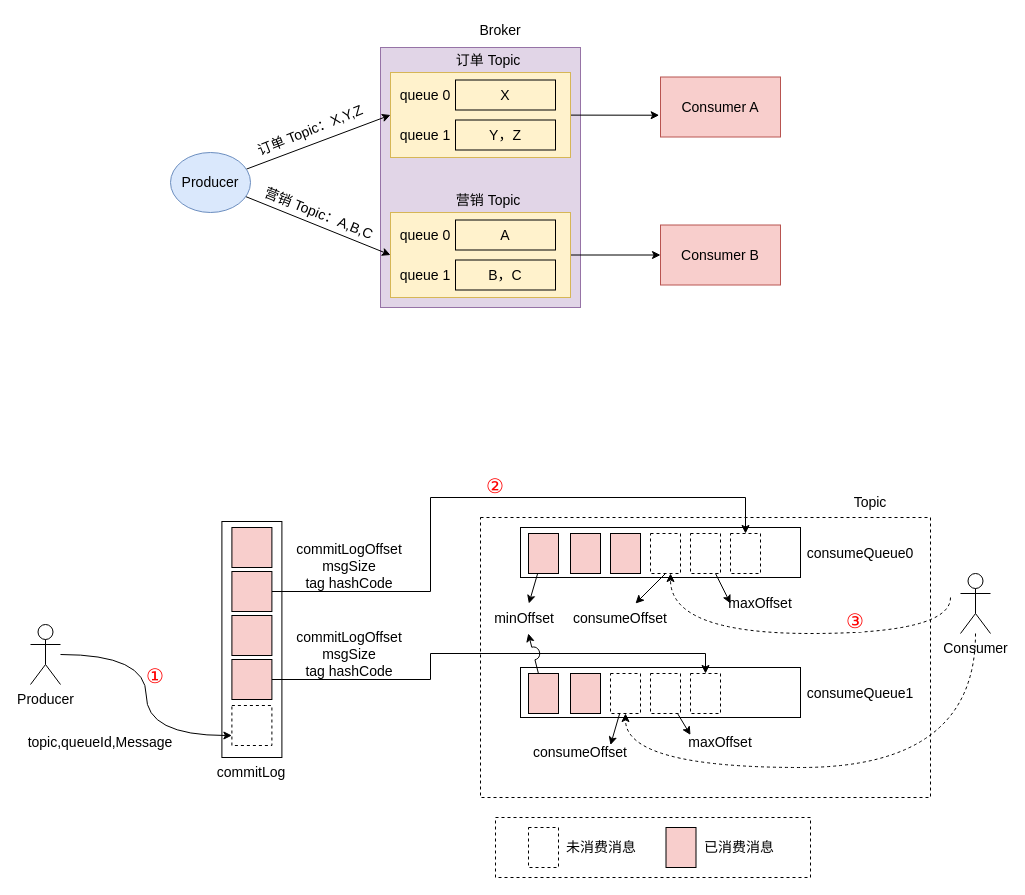
Before: rocketmq.drawio in allentofight/diagram, a draw.io diagram. Source tidied: cells renumbered, new cells numbered last; positions are measured from the earlier drawing's top-left corner, leaving out a move shared by most shapes. Both pictures are drawn from the tidied source at 100%, with x=0, y=0 at pixel (30, 17).
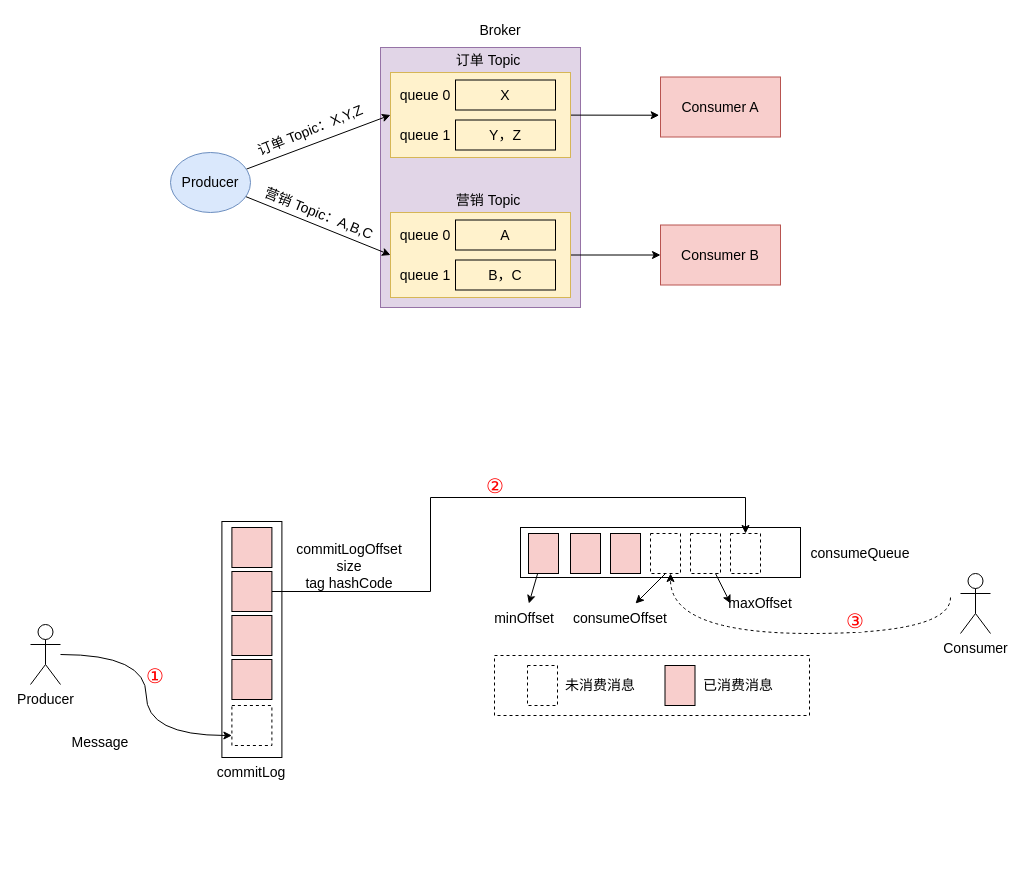
The same diagram, later.

The change refers to these unchanged cells:
```xml
<mxCell id="33" style="rounded=0;whiteSpace=wrap;html=1;labelBackgroundColor=none;fontSize=14;fontColor=#000000;fillColor=#F8CECC;" parent="1" vertex="1">
  <mxGeometry x="201.4" y="642" width="40" height="40" as="geometry" />
</mxCell>
<mxCell id="58" value="Consumer" style="shape=umlActor;verticalLabelPosition=bottom;verticalAlign=top;html=1;outlineConnect=0;labelBackgroundColor=none;fontSize=14;fontColor=#000000;fillColor=none;" parent="1" vertex="1">
  <mxGeometry x="930" y="556" width="30" height="60" as="geometry" />
</mxCell>
<mxCell id="62" value="minOffset" style="text;html=1;strokeColor=none;fillColor=none;align=center;verticalAlign=middle;whiteSpace=wrap;rounded=0;labelBackgroundColor=none;fontSize=14;fontColor=#000000;" parent="1" vertex="1">
  <mxGeometry x="464" y="586" width="60" height="30" as="geometry" />
</mxCell>
```

Change to the diagram source:
```diff
@@
-    <mxCell id="32" style="edgeStyle=orthogonalEdgeStyle;rounded=0;jumpStyle=arc;jumpSize=13;jettySize=auto;html=1;entryX=0.5;entryY=0;entryDx=0;entryDy=0;fontSize=14;fontColor=#000000;startArrow=none;startFill=0;endArrow=classic;endFill=1;strokeColor=#000000;" parent="1" edge="1" source="33" target="53">
-      <mxGeometry relative="1" as="geometry">
-        <Array as="points">
-          <mxPoint x="400" y="662" />
-          <mxPoint x="400" y="636" />
-          <mxPoint x="675" y="636" />
-        </Array>
-      </mxGeometry>
-    </mxCell>
@@
-    <mxCell id="45" style="rounded=0;whiteSpace=wrap;html=1;labelBackgroundColor=none;fontSize=14;fontColor=#000000;fillColor=none;" parent="1" vertex="1">
-      <mxGeometry x="490" y="650" width="280" height="50" as="geometry" />
-    </mxCell>
-    <mxCell id="46" style="edgeStyle=none;rounded=0;jumpStyle=arc;jumpSize=13;jettySize=auto;html=1;fontSize=14;fontColor=#000000;startArrow=none;startFill=0;endArrow=classic;endFill=1;strokeColor=#000000;" parent="1" edge="1" source="47" target="62">
-      <mxGeometry relative="1" as="geometry" />
-    </mxCell>
-    <mxCell id="47" style="rounded=0;whiteSpace=wrap;html=1;labelBackgroundColor=none;fontSize=14;fillColor=#F8CECC;strokeColor=#000000;" parent="1" vertex="1">
-      <mxGeometry x="498" y="656" width="30" height="40" as="geometry" />
-    </mxCell>
-    <mxCell id="48" style="rounded=0;whiteSpace=wrap;html=1;labelBackgroundColor=none;fontSize=14;fillColor=#F8CECC;strokeColor=#000000;" parent="1" vertex="1">
-      <mxGeometry x="540" y="656" width="30" height="40" as="geometry" />
-    </mxCell>
-    <mxCell id="49" style="edgeStyle=none;rounded=0;jumpStyle=arc;jumpSize=13;jettySize=auto;html=1;entryX=1;entryY=0.25;entryDx=0;entryDy=0;fontSize=14;fontColor=#000000;startArrow=none;startFill=0;endArrow=classic;endFill=1;strokeColor=#000000;" parent="1" edge="1" source="50" target="60">
-      <mxGeometry relative="1" as="geometry" />
-    </mxCell>
-    <mxCell id="50" style="rounded=0;whiteSpace=wrap;html=1;labelBackgroundColor=none;fontSize=14;fillColor=none;strokeColor=#000000;dashed=1;" parent="1" vertex="1">
-      <mxGeometry x="580" y="656" width="30" height="40" as="geometry" />
-    </mxCell>
-    <mxCell id="51" style="rounded=0;jumpStyle=arc;jumpSize=13;jettySize=auto;html=1;entryX=0;entryY=0.25;entryDx=0;entryDy=0;fontSize=14;fontColor=#000000;startArrow=none;startFill=0;endArrow=classic;endFill=1;strokeColor=#000000;" parent="1" edge="1" source="52" target="64">
-      <mxGeometry relative="1" as="geometry" />
-    </mxCell>
-    <mxCell id="52" style="rounded=0;whiteSpace=wrap;html=1;labelBackgroundColor=none;fontSize=14;fillColor=none;strokeColor=#000000;dashed=1;" parent="1" vertex="1">
-      <mxGeometry x="620" y="656" width="30" height="40" as="geometry" />
-    </mxCell>
-    <mxCell id="53" style="rounded=0;whiteSpace=wrap;html=1;labelBackgroundColor=none;fontSize=14;fillColor=none;strokeColor=#000000;dashed=1;" parent="1" vertex="1">
-      <mxGeometry x="660" y="656" width="30" height="40" as="geometry" />
-    </mxCell>
-    <mxCell id="54" value="commitLogOffset&lt;br&gt;msgSize&lt;br&gt;tag hashCode&lt;br&gt;" style="text;html=1;strokeColor=none;fillColor=none;align=center;verticalAlign=middle;whiteSpace=wrap;rounded=0;labelBackgroundColor=none;fontSize=14;fontColor=#000000;" parent="1" vertex="1">
+    <mxCell id="54" value="commitLogOffset&lt;br&gt;size&lt;br&gt;tag hashCode" style="text;html=1;strokeColor=none;fillColor=none;align=center;verticalAlign=middle;whiteSpace=wrap;rounded=0;labelBackgroundColor=none;fontSize=14;fontColor=#000000;" parent="1" vertex="1">
       <mxGeometry x="288.6" y="534" width="60" height="30" as="geometry" />
     </mxCell>
-    <mxCell id="55" value="commitLogOffset&lt;br&gt;msgSize&lt;br&gt;tag hashCode&lt;br&gt;" style="text;html=1;strokeColor=none;fillColor=none;align=center;verticalAlign=middle;whiteSpace=wrap;rounded=0;labelBackgroundColor=none;fontSize=14;fontColor=#000000;" parent="1" vertex="1">
-      <mxGeometry x="288.6" y="622" width="60" height="30" as="geometry" />
-    </mxCell>
@@
-    <mxCell id="57" style="edgeStyle=orthogonalEdgeStyle;rounded=0;jumpStyle=arc;jumpSize=13;jettySize=auto;html=1;entryX=0.5;entryY=1;entryDx=0;entryDy=0;fontSize=14;fontColor=#000000;startArrow=none;startFill=0;endArrow=classic;endFill=1;strokeColor=#000000;curved=1;dashed=1;" parent="1" edge="1" source="58" target="50">
-      <mxGeometry relative="1" as="geometry">
-        <Array as="points">
-          <mxPoint x="945" y="750" />
-          <mxPoint x="595" y="750" />
-        </Array>
-      </mxGeometry>
-    </mxCell>
@@
-    <mxCell id="60" value="consumeOffset" style="text;html=1;strokeColor=none;fillColor=none;align=center;verticalAlign=middle;whiteSpace=wrap;rounded=0;labelBackgroundColor=none;fontSize=14;fontColor=#000000;" parent="1" vertex="1">
-      <mxGeometry x="520" y="720" width="60" height="30" as="geometry" />
-    </mxCell>
-    <mxCell id="61" style="rounded=0;whiteSpace=wrap;html=1;labelBackgroundColor=none;fontSize=14;fillColor=none;strokeColor=#000000;dashed=1;" parent="1" vertex="1">
-      <mxGeometry x="450" y="500" width="450" height="280" as="geometry" />
-    </mxCell>
@@
-    <mxCell id="64" value="maxOffset" style="text;html=1;strokeColor=none;fillColor=none;align=center;verticalAlign=middle;whiteSpace=wrap;rounded=0;labelBackgroundColor=none;fontSize=14;fontColor=#000000;" parent="1" vertex="1">
-      <mxGeometry x="660" y="710" width="60" height="30" as="geometry" />
-    </mxCell>
-    <mxCell id="65" value="topic,queueId,Message" style="text;html=1;strokeColor=none;fillColor=none;align=center;verticalAlign=middle;whiteSpace=wrap;rounded=0;labelBackgroundColor=none;fontSize=14;fontColor=#000000;" parent="1" vertex="1">
+    <mxCell id="65" value="Message" style="text;html=1;strokeColor=none;fillColor=none;align=center;verticalAlign=middle;whiteSpace=wrap;rounded=0;labelBackgroundColor=none;fontSize=14;fontColor=#000000;" parent="1" vertex="1">
       <mxGeometry x="40" y="710" width="60" height="30" as="geometry" />
     </mxCell>
-    <mxCell id="66" value="Topic" style="text;html=1;strokeColor=none;fillColor=none;align=center;verticalAlign=middle;whiteSpace=wrap;rounded=0;dashed=1;labelBackgroundColor=none;fontSize=14;fontColor=#000000;" parent="1" vertex="1">
-      <mxGeometry x="810" y="470" width="60" height="30" as="geometry" />
-    </mxCell>
-    <mxCell id="67" value="consumeQueue0" style="text;html=1;strokeColor=none;fillColor=none;align=center;verticalAlign=middle;whiteSpace=wrap;rounded=0;dashed=1;labelBackgroundColor=none;fontSize=14;fontColor=#000000;" parent="1" vertex="1">
+    <mxCell id="67" value="consumeQueue" style="text;html=1;strokeColor=none;fillColor=none;align=center;verticalAlign=middle;whiteSpace=wrap;rounded=0;dashed=1;labelBackgroundColor=none;fontSize=14;fontColor=#000000;" parent="1" vertex="1">
       <mxGeometry x="800" y="521" width="60" height="30" as="geometry" />
     </mxCell>
-    <mxCell id="68" value="consumeQueue1" style="text;html=1;strokeColor=none;fillColor=none;align=center;verticalAlign=middle;whiteSpace=wrap;rounded=0;dashed=1;labelBackgroundColor=none;fontSize=14;fontColor=#000000;" parent="1" vertex="1">
-      <mxGeometry x="800" y="661" width="60" height="30" as="geometry" />
-    </mxCell>
@@
     <mxCell id="72" style="rounded=0;whiteSpace=wrap;html=1;labelBackgroundColor=none;fontSize=14;fillColor=none;strokeColor=#000000;dashed=1;" parent="1" vertex="1">
-      <mxGeometry x="465" y="800" width="315" height="60" as="geometry" />
+      <mxGeometry x="464" y="638" width="315" height="60" as="geometry" />
     </mxCell>
     <mxCell id="73" style="rounded=0;whiteSpace=wrap;html=1;labelBackgroundColor=none;fontSize=14;fontColor=#000000;fillColor=none;dashed=1;" parent="1" vertex="1">
-      <mxGeometry x="498" y="810" width="30" height="40" as="geometry" />
+      <mxGeometry x="497" y="648" width="30" height="40" as="geometry" />
     </mxCell>
     <mxCell id="74" value="未消费消息" style="text;html=1;strokeColor=none;fillColor=none;align=center;verticalAlign=middle;whiteSpace=wrap;rounded=0;dashed=1;labelBackgroundColor=none;fontSize=14;fontColor=#000000;" parent="1" vertex="1">
-      <mxGeometry x="535" y="815" width="72" height="30" as="geometry" />
+      <mxGeometry x="534" y="653" width="72" height="30" as="geometry" />
     </mxCell>
     <mxCell id="75" style="rounded=0;whiteSpace=wrap;html=1;labelBackgroundColor=none;fontSize=14;fillColor=#f8cecc;strokeColor=#000000;" parent="1" vertex="1">
-      <mxGeometry x="635.5" y="810" width="30" height="40" as="geometry" />
+      <mxGeometry x="634.5" y="648" width="30" height="40" as="geometry" />
     </mxCell>
     <mxCell id="76" value="已消费消息" style="text;html=1;strokeColor=none;fillColor=none;align=center;verticalAlign=middle;whiteSpace=wrap;rounded=0;dashed=1;labelBackgroundColor=none;fontSize=14;fontColor=#000000;" parent="1" vertex="1">
-      <mxGeometry x="672.5" y="815" width="72" height="30" as="geometry" />
+      <mxGeometry x="671.5" y="653" width="72" height="30" as="geometry" />
     </mxCell>
```
